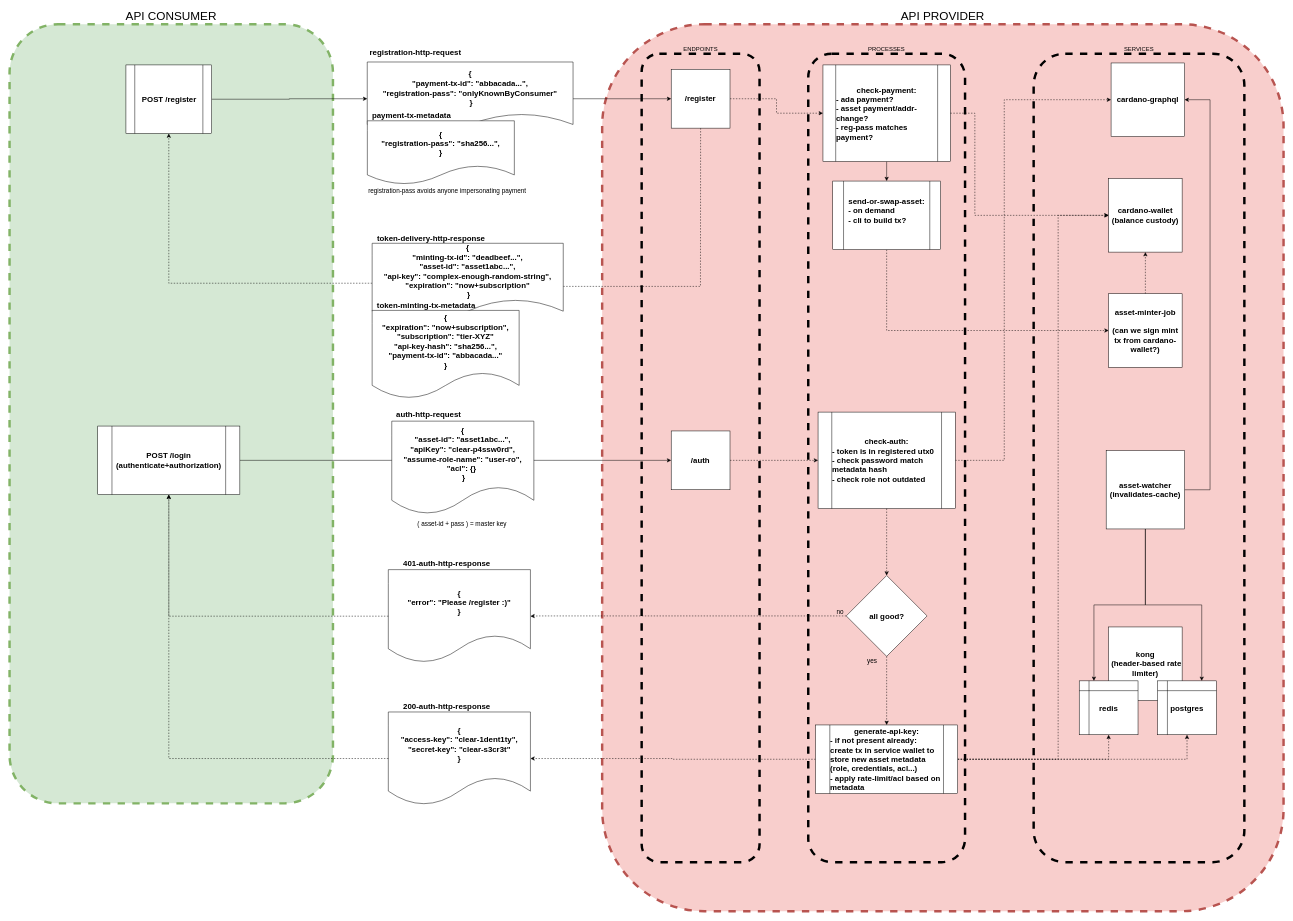
GimbaLabs/api-auth-mechanism keeps this draw.io diagram as docs/api-auth-mechanism-v1.drawio. Above is the earlier version. Source tidied: cells renumbered, new cells numbered last; positions are measured from the earlier drawing's top-left corner, leaving out a move shared by most shapes. Both pictures are drawn from the tidied source at 49%, with x=0, y=0 at pixel (9, 24).
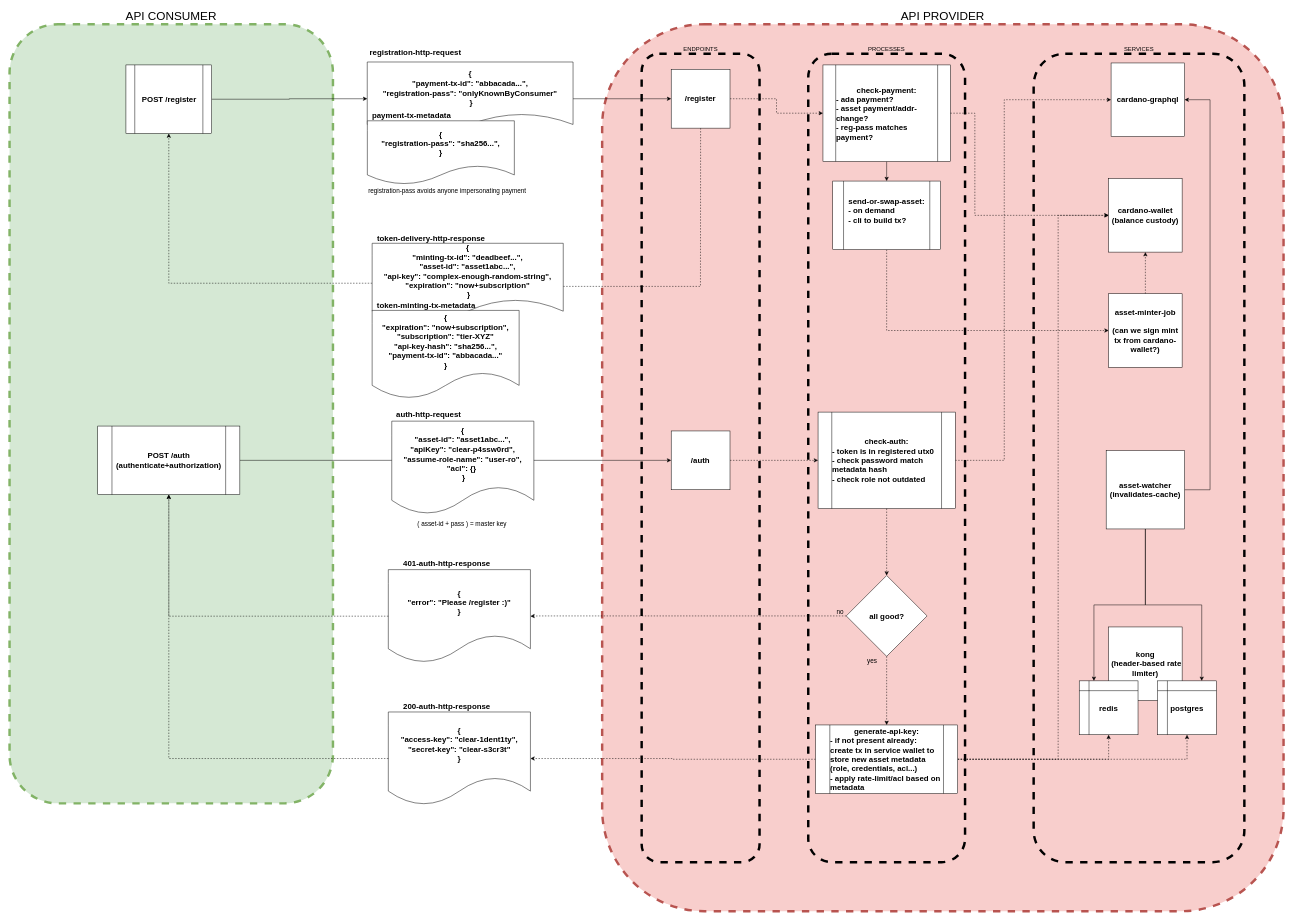
The same diagram, later.

The edit, as a diff of the source:
```diff
@@
-    <mxCell id="36" value="&lt;b&gt;&lt;font style=&quot;font-size: 16px&quot;&gt;POST /login&lt;br&gt;(authenticate+authorization)&lt;br&gt;&lt;/font&gt;&lt;/b&gt;" style="shape=process;whiteSpace=wrap;html=1;backgroundOutline=1;" parent="1" vertex="1">
+    <mxCell id="36" value="&lt;b&gt;&lt;font style=&quot;font-size: 16px&quot;&gt;POST /auth&lt;br&gt;(authenticate+authorization)&lt;br&gt;&lt;/font&gt;&lt;/b&gt;" style="shape=process;whiteSpace=wrap;html=1;backgroundOutline=1;" parent="1" vertex="1">
       <mxGeometry x="180" y="820" width="290" height="140" as="geometry" />
     </mxCell>
```
